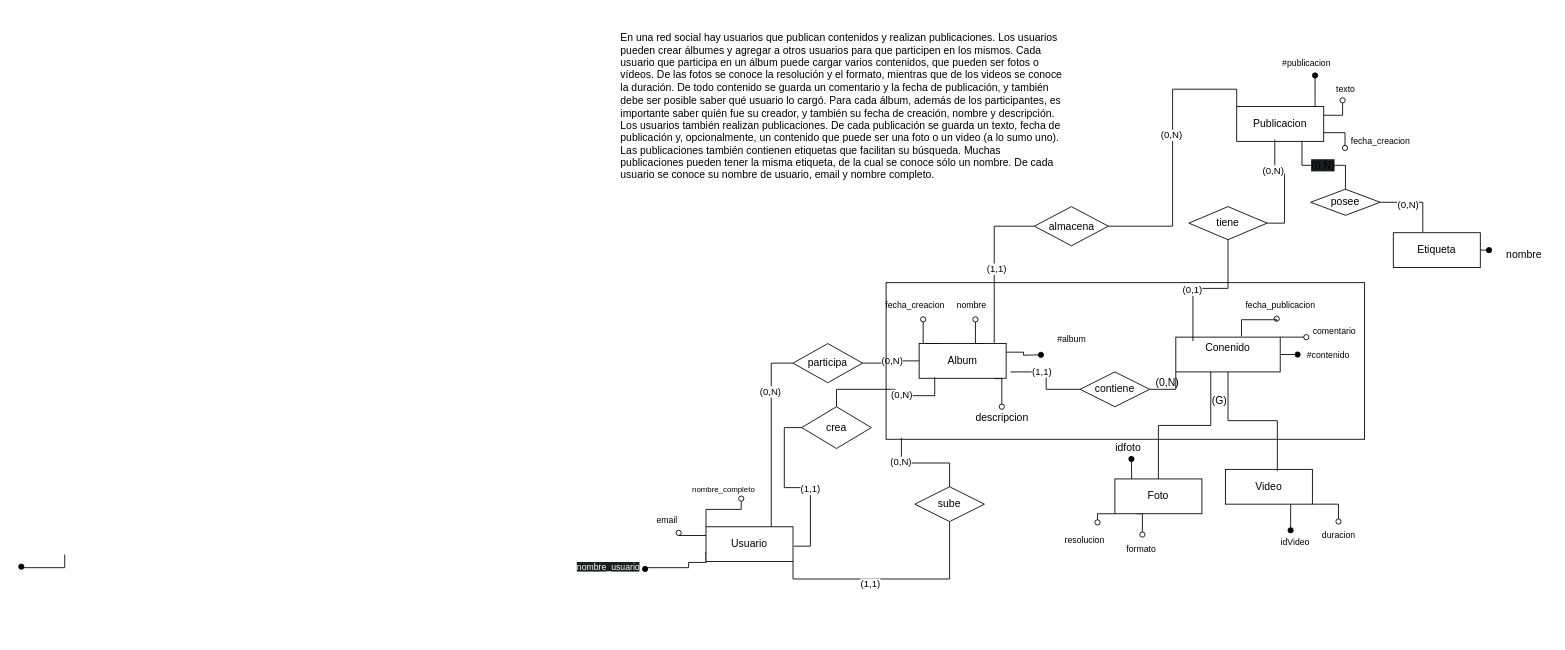
This is Practicas-Resueltas/Practica-1/Ejercicio9Parte2.drawio from massimoparzanese/Bases-de-Datos-1-2025, a draw.io file, before an edit. Source tidied: cells renumbered, new cells numbered last; positions are measured from the earlier drawing's top-left corner, leaving out a move shared by most shapes. Both pictures are drawn from the tidied source at 87%, with x=0, y=0 at pixel (21, 23).
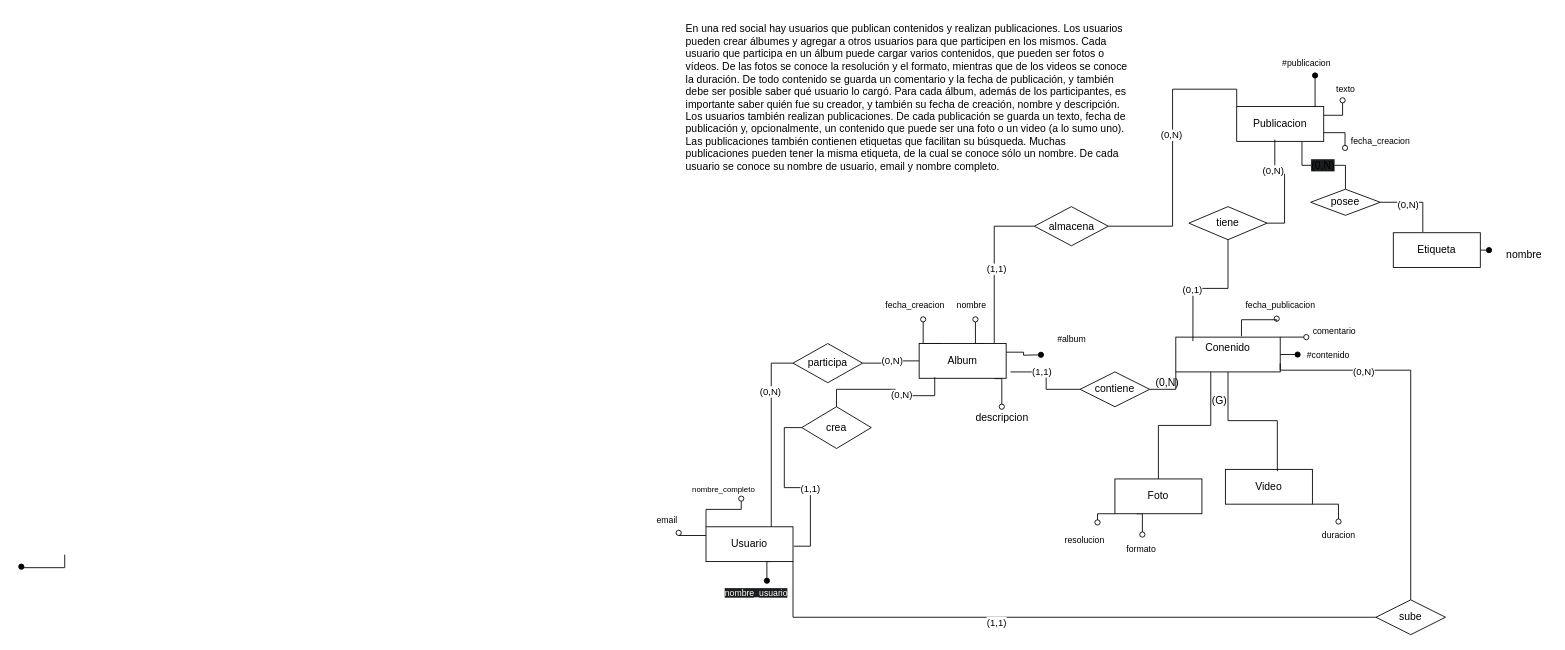
After the change.

Unchanged cells that the change refers to:
```xml
<mxCell id="6" value="Foto" style="whiteSpace=wrap;html=1;align=center;" parent="1" vertex="1">
  <mxGeometry x="1257" y="523" width="100" height="40" as="geometry" />
</mxCell>
<mxCell id="9" value="Video" style="whiteSpace=wrap;html=1;align=center;" parent="1" vertex="1">
  <mxGeometry x="1384" y="512" width="100" height="40" as="geometry" />
</mxCell>
<mxCell id="13" value="Conenido&lt;div&gt;&lt;br&gt;&lt;/div&gt;" style="whiteSpace=wrap;html=1;align=center;" parent="1" vertex="1">
  <mxGeometry x="1327" y="360" width="120" height="40" as="geometry" />
</mxCell>
<mxCell id="30" value="Usuario" style="whiteSpace=wrap;html=1;align=center;" parent="1" vertex="1">
  <mxGeometry x="787" y="578" width="100" height="40" as="geometry" />
</mxCell>
```

What changed in the source:
```diff
@@
     <mxCell id="2" value="&lt;div&gt;En una red social hay usuarios que publican contenidos y realizan publicaciones. Los usuarios&lt;/div&gt;&lt;div&gt;pueden crear álbumes y agregar a otros usuarios para que participen en los mismos. Cada&lt;/div&gt;&lt;div&gt;usuario que participa en un álbum puede cargar varios contenidos, que pueden ser fotos o&lt;/div&gt;&lt;div&gt;vídeos. De las fotos se conoce la resolución y el formato, mientras que de los videos se conoce&lt;/div&gt;&lt;div&gt;la duración. De todo contenido se guarda un comentario y la fecha de publicación, y también&lt;/div&gt;&lt;div&gt;debe ser posible saber qué usuario lo cargó. Para cada álbum, además de los participantes, es&lt;/div&gt;&lt;div&gt;importante saber quién fue su creador, y también su fecha de creación, nombre y descripción.&lt;/div&gt;&lt;div&gt;Los usuarios también realizan publicaciones. De cada publicación se guarda un texto, fecha de&lt;/div&gt;&lt;div&gt;publicación y, opcionalmente, un contenido que puede ser una foto o un video (a lo sumo uno).&lt;/div&gt;&lt;div&gt;Las publicaciones también contienen etiquetas que facilitan su búsqueda. Muchas&lt;/div&gt;&lt;div&gt;publicaciones pueden tener la misma etiqueta, de la cual se conoce sólo un nombre. De cada&lt;/div&gt;&lt;div&gt;usuario se conoce su nombre de usuario, email y nombre completo.&lt;/div&gt;" style="text;html=1;align=left;verticalAlign=middle;strokeColor=none;fillColor=none;" parent="1" vertex="1">
-      <mxGeometry x="687" width="530" height="190" as="geometry" />
+      <mxGeometry x="762" y="-10" width="530" height="190" as="geometry" />
     </mxCell>
@@
-    <mxCell id="5" style="edgeStyle=orthogonalEdgeStyle;rounded=0;jettySize=auto;html=1;exitX=0.193;exitY=0.07;exitDx=0;exitDy=0;endArrow=oval;endFill=1;exitPerimeter=0;" parent="1" edge="1" source="6">
-      <mxGeometry relative="1" as="geometry">
-        <mxPoint x="1276" y="500" as="targetPoint" />
-      </mxGeometry>
-    </mxCell>
@@
-    <mxCell id="8" style="edgeStyle=orthogonalEdgeStyle;rounded=0;jettySize=auto;html=1;exitX=0.75;exitY=1;exitDx=0;exitDy=0;endArrow=oval;endFill=1;" parent="1" edge="1" source="9">
-      <mxGeometry relative="1" as="geometry">
-        <mxPoint x="1459" y="582" as="targetPoint" />
-      </mxGeometry>
-    </mxCell>
@@
-    <mxCell id="25" style="edgeStyle=orthogonalEdgeStyle;rounded=0;jettySize=auto;html=1;exitX=-0.012;exitY=0.744;exitDx=0;exitDy=0;endArrow=oval;endFill=1;exitPerimeter=0;entryX=1;entryY=0.75;entryDx=0;entryDy=0;" parent="1" edge="1" source="30" target="50">
-      <mxGeometry relative="1" as="geometry">
-        <Array as="points">
-          <mxPoint x="787" y="608" />
-          <mxPoint x="787" y="619" />
-          <mxPoint x="767" y="619" />
-          <mxPoint x="767" y="625" />
-          <mxPoint x="717" y="625" />
-        </Array>
-      </mxGeometry>
-    </mxCell>
@@
-    <mxCell id="28" style="edgeStyle=orthogonalEdgeStyle;rounded=0;jettySize=auto;html=1;exitX=1;exitY=1;exitDx=0;exitDy=0;endArrow=none;endFill=0;" parent="1" edge="1" source="30" target="53">
+    <mxCell id="28" style="edgeStyle=orthogonalEdgeStyle;rounded=0;jettySize=auto;html=1;exitX=1;exitY=1;exitDx=0;exitDy=0;endArrow=none;endFill=0;entryX=0;entryY=0.5;entryDx=0;entryDy=0;" parent="1" edge="1" source="30" target="53">
       <mxGeometry relative="1" as="geometry" />
     </mxCell>
@@
+    <mxCell id="88" style="edgeStyle=orthogonalEdgeStyle;rounded=0;jettySize=auto;html=1;exitX=0.75;exitY=1;exitDx=0;exitDy=0;endArrow=oval;endFill=1;" parent="1" edge="1" source="30">
+      <mxGeometry relative="1" as="geometry">
+        <mxPoint x="857" y="640" as="targetPoint" />
+      </mxGeometry>
+    </mxCell>
@@
-    <mxCell id="49" value="idVideo" style="text;html=1;align=center;verticalAlign=middle;strokeColor=none;fillColor=none;fontSize=10;" parent="1" vertex="1">
-      <mxGeometry x="1434" y="580" width="60" height="30" as="geometry" />
-    </mxCell>
     <mxCell id="50" value="&lt;span style=&quot;color: rgb(255, 255, 255); font-family: Helvetica; font-size: 10px; font-style: normal; font-variant-ligatures: normal; font-variant-caps: normal; font-weight: 400; letter-spacing: normal; orphans: 2; text-align: center; text-indent: 0px; text-transform: none; widows: 2; word-spacing: 0px; -webkit-text-stroke-width: 0px; white-space: nowrap; background-color: rgb(27, 29, 30); text-decoration-thickness: initial; text-decoration-style: initial; text-decoration-color: initial; display: inline !important; float: none;&quot;&gt;nombre_usuario&lt;/span&gt;" style="text;whiteSpace=wrap;html=1;" parent="1" vertex="1">
-      <mxGeometry x="637" y="610" width="80" height="22" as="geometry" />
+      <mxGeometry x="807" y="640" width="80" height="22" as="geometry" />
     </mxCell>
@@
     <mxCell id="53" value="sube" style="shape=rhombus;perimeter=rhombusPerimeter;whiteSpace=wrap;html=1;align=center;" parent="1" vertex="1">
-      <mxGeometry x="1027" y="532" width="80" height="40" as="geometry" />
+      <mxGeometry x="1557" y="662" width="80" height="40" as="geometry" />
     </mxCell>
-    <mxCell id="54" style="edgeStyle=orthogonalEdgeStyle;rounded=0;jettySize=auto;html=1;exitX=0.5;exitY=0;exitDx=0;exitDy=0;entryX=0.032;entryY=0.991;entryDx=0;entryDy=0;entryPerimeter=0;endArrow=none;endFill=0;" parent="1" edge="1" source="53" target="67">
-      <mxGeometry relative="1" as="geometry" />
+    <mxCell id="54" style="edgeStyle=orthogonalEdgeStyle;rounded=0;jettySize=auto;html=1;exitX=0.5;exitY=0;exitDx=0;exitDy=0;entryX=1;entryY=0.75;entryDx=0;entryDy=0;endArrow=none;endFill=0;" parent="1" edge="1" source="53" target="13">
+      <mxGeometry relative="1" as="geometry">
+        <Array as="points">
+          <mxPoint x="1597" y="398" />
+          <mxPoint x="1447" y="398" />
+        </Array>
+      </mxGeometry>
     </mxCell>
@@
-    <mxCell id="67" style="rounded=0;whiteSpace=wrap;html=1;fillColor=none;" parent="1" vertex="1">
-      <mxGeometry x="994" y="297.4" width="550" height="180" as="geometry" />
-    </mxCell>
@@
-    <mxCell id="71" value="idfoto" style="text;html=1;align=center;verticalAlign=middle;strokeColor=none;fillColor=none;" parent="1" vertex="1">
-      <mxGeometry x="1247" y="472" width="50" height="30" as="geometry" />
-    </mxCell>
```
